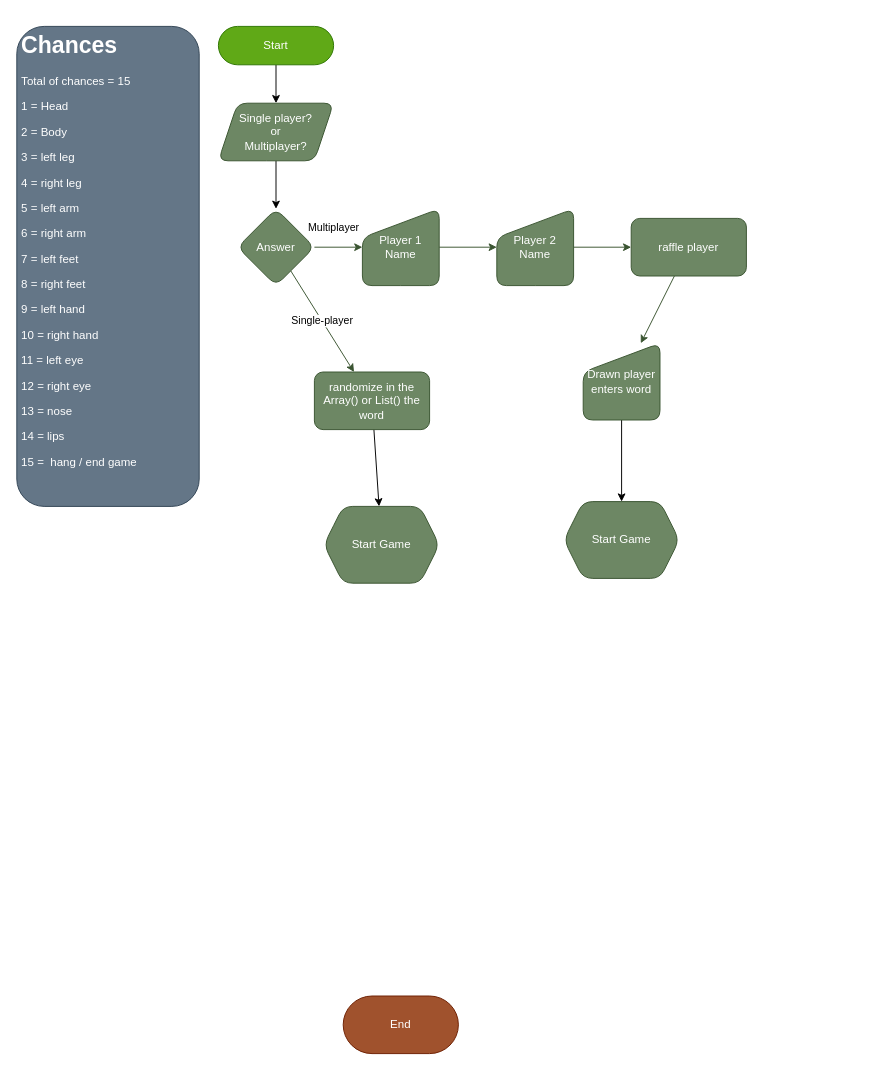
This is jogo-da-forca/Schema.drawio from JorgeFilipe/ws-python, a draw.io file, before an edit. Source tidied: cells renumbered, new cells numbered last; positions are measured from the earlier drawing's top-left corner, leaving out a move shared by most shapes. Both pictures are drawn from the tidied source at 96%, with x=0, y=0 at pixel (16, 26).
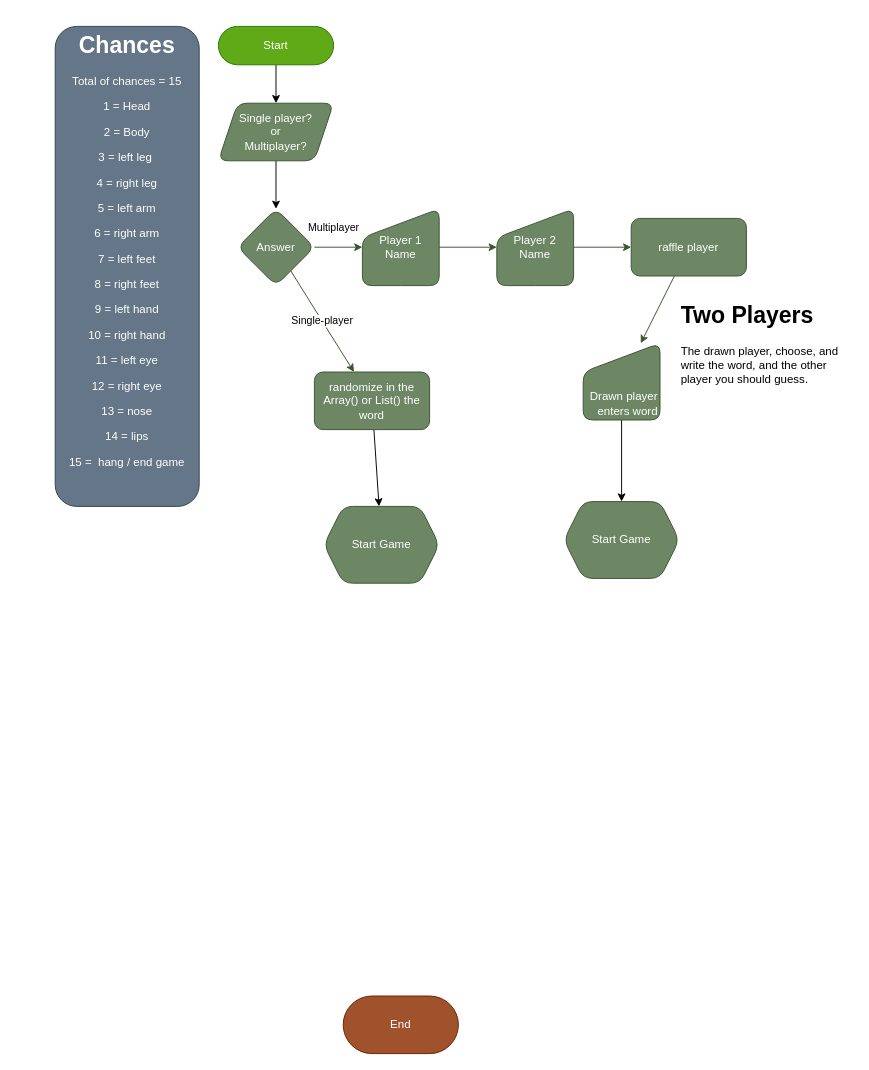
The same diagram, later.

What changed in the source:
```diff
@@
-    <mxCell id="16" value="Drawn player enters word" style="shape=manualInput;whiteSpace=wrap;html=1;fillColor=#6d8764;fontColor=#ffffff;strokeColor=#3A5431;rounded=1;" parent="1" vertex="1">
+    <mxCell id="16" value="Drawn player enters word" style="shape=manualInput;whiteSpace=wrap;html=1;fillColor=#6d8764;fontColor=#ffffff;strokeColor=#3A5431;rounded=1;align=right;verticalAlign=bottom;fontSize=12;horizontal=1;" parent="1" vertex="1">
       <mxGeometry x="590" y="330" width="80" height="80" as="geometry" />
     </mxCell>
@@
-    <mxCell id="20" value="&lt;h1&gt;Chances&lt;/h1&gt;&lt;p&gt;Total of chances = 15&lt;/p&gt;&lt;p&gt;1 = Head&lt;/p&gt;&lt;p&gt;2 = Body&lt;/p&gt;&lt;p&gt;3 = left leg&amp;nbsp;&lt;/p&gt;&lt;p&gt;4 = right leg&lt;/p&gt;&lt;p&gt;5 = left arm&lt;/p&gt;&lt;p&gt;6 = right arm&lt;/p&gt;&lt;p&gt;7 = left feet&lt;/p&gt;&lt;p&gt;8 = right feet&lt;/p&gt;&lt;p&gt;9 = left hand&lt;/p&gt;&lt;p&gt;10 = right hand&lt;/p&gt;&lt;p&gt;11 = left eye&lt;/p&gt;&lt;p&gt;12 = right eye&lt;/p&gt;&lt;p&gt;13 = nose&lt;/p&gt;&lt;p&gt;14 = lips&lt;/p&gt;&lt;p&gt;15 =&amp;nbsp; hang / end game&lt;/p&gt;" style="text;html=1;strokeColor=#314354;fillColor=#647687;spacing=5;spacingTop=-20;whiteSpace=wrap;overflow=hidden;rounded=1;fontColor=#ffffff;" parent="1" vertex="1">
-      <mxGeometry width="190" height="500" as="geometry" />
+    <mxCell id="20" value="&lt;h1&gt;Chances&lt;/h1&gt;&lt;p&gt;Total of chances = 15&lt;/p&gt;&lt;p&gt;1 = Head&lt;/p&gt;&lt;p&gt;2 = Body&lt;/p&gt;&lt;p&gt;3 = left leg&amp;nbsp;&lt;/p&gt;&lt;p&gt;4 = right leg&lt;/p&gt;&lt;p&gt;5 = left arm&lt;/p&gt;&lt;p&gt;6 = right arm&lt;/p&gt;&lt;p&gt;7 = left feet&lt;/p&gt;&lt;p&gt;8 = right feet&lt;/p&gt;&lt;p&gt;9 = left hand&lt;/p&gt;&lt;p&gt;10 = right hand&lt;/p&gt;&lt;p&gt;11 = left eye&lt;/p&gt;&lt;p&gt;12 = right eye&lt;/p&gt;&lt;p&gt;13 = nose&lt;/p&gt;&lt;p&gt;14 = lips&lt;/p&gt;&lt;p&gt;15 =&amp;nbsp; hang / end game&lt;/p&gt;" style="text;html=1;strokeColor=#314354;fillColor=#647687;spacing=5;spacingTop=-20;whiteSpace=wrap;overflow=hidden;rounded=1;fontColor=#ffffff;align=center;" parent="1" vertex="1">
+      <mxGeometry x="40" width="150" height="500" as="geometry" />
     </mxCell>
@@
+    <mxCell id="23" value="&lt;h1 style=&quot;margin-top: 0px;&quot;&gt;Two Players&lt;/h1&gt;&lt;p&gt;The drawn player, choose, and write the word, and the other player you should guess.&lt;/p&gt;" style="text;html=1;whiteSpace=wrap;overflow=hidden;rounded=0;" parent="1" vertex="1">
+      <mxGeometry x="690" y="280" width="180" height="120" as="geometry" />
+    </mxCell>
```
